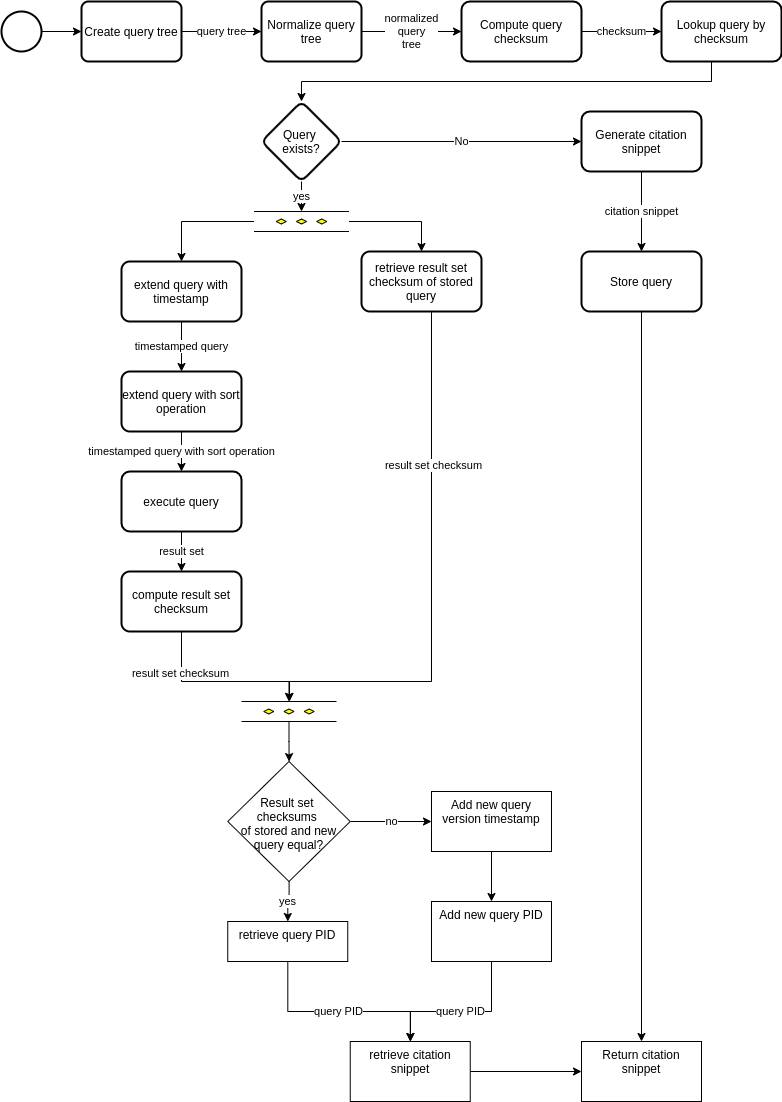
GreenfishK/DataCitation keeps this draw.io diagram as figures/figure 5.png. Above is the earlier version. Source tidied: cells renumbered, new cells last; positions are measured from the earlier drawing's top-left corner, leaving out a move shared by most shapes.
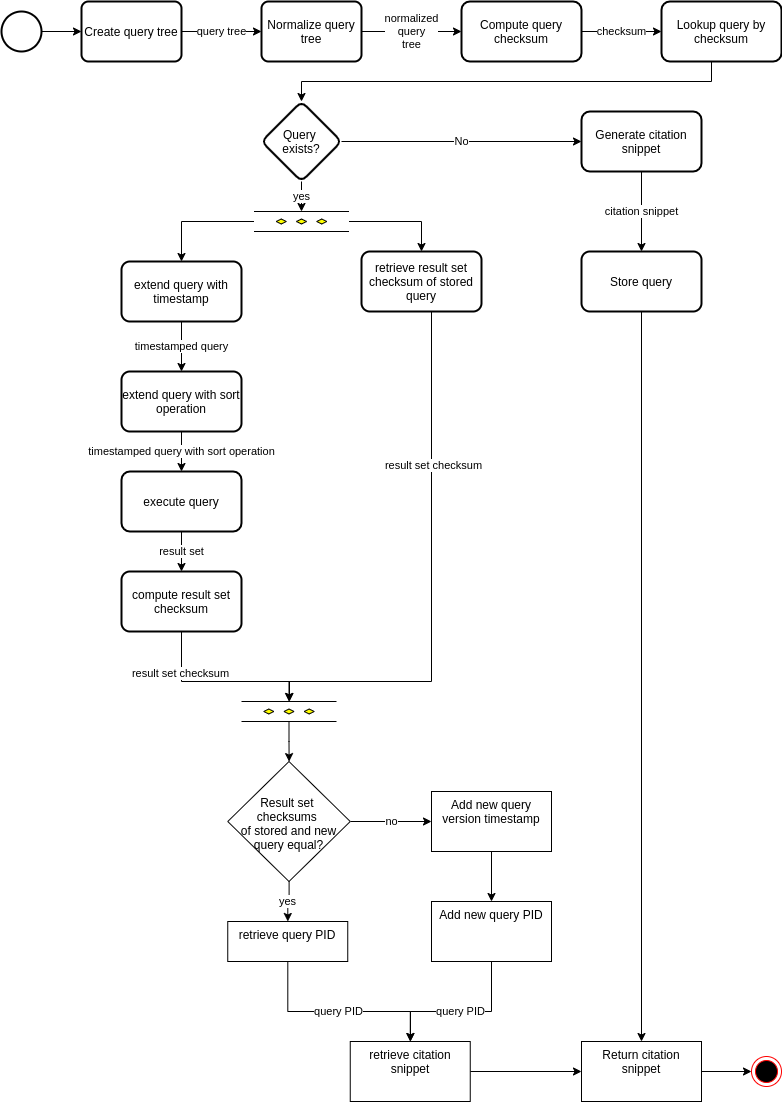
After the commit.

Diff of the diagram source:
```diff
@@ -150,6 +150,9 @@
     <mxCell id="42" value="Add new query PID" style="whiteSpace=wrap;html=1;verticalAlign=top;" parent="1" vertex="1">
       <mxGeometry x="430" y="900" width="120" height="60" as="geometry" />
     </mxCell>
+    <mxCell id="48" style="edgeStyle=orthogonalEdgeStyle;rounded=0;jettySize=auto;html=1;entryX=0;entryY=0.5;entryDx=0;entryDy=0;" parent="1" edge="1" source="43" target="49">
+      <mxGeometry relative="1" as="geometry" />
+    </mxCell>
     <mxCell id="43" value="Return citation snippet" style="whiteSpace=wrap;html=1;verticalAlign=top;" parent="1" vertex="1">
       <mxGeometry x="580" y="1040" width="120" height="60" as="geometry" />
     </mxCell>
@@ -165,5 +168,8 @@
     <mxCell id="47" value="Store query" style="whiteSpace=wrap;html=1;rounded=1;strokeWidth=2;arcSize=14;" parent="1" vertex="1">
       <mxGeometry x="580" y="250" width="120" height="60" as="geometry" />
     </mxCell>
+    <mxCell id="49" style="ellipse;html=1;shape=endState;fillColor=#000000;strokeColor=#ff0000;" parent="1" vertex="1">
+      <mxGeometry x="750" y="1055" width="30" height="30" as="geometry" />
+    </mxCell>
   </root>
 </mxGraphModel>
```
